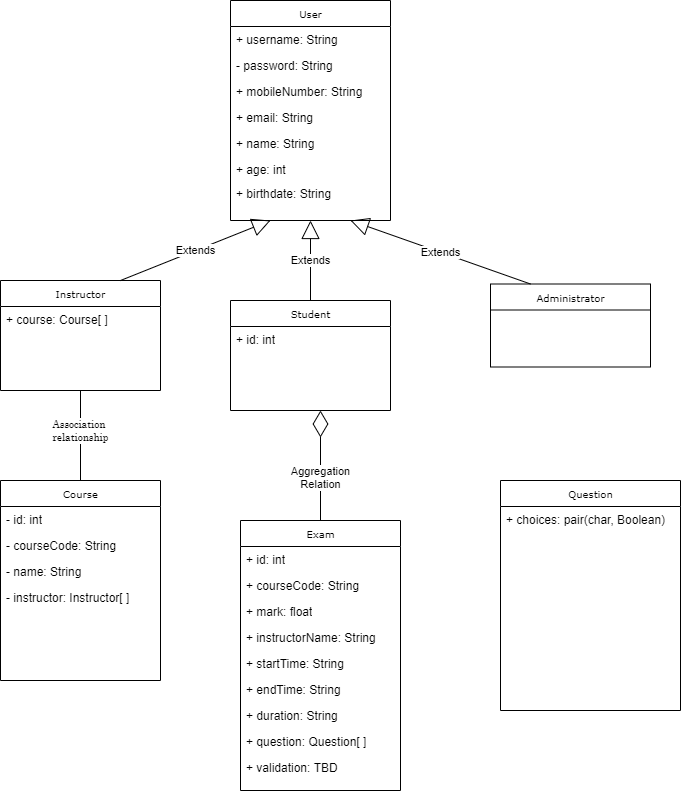
Earlier version of the draw.io export UML.png (aymanred121/Examination-Management-System). Source tidied: cells renumbered, new cells last; positions are measured from the earlier drawing's top-left corner, leaving out a move shared by most shapes. Source of this version:
```xml
<mxGraphModel background="#ffffff">
  <root>
    <mxCell id="0" />
    <mxCell id="1" parent="0" />
    <mxCell id="2" value="Exam" style="swimlane;html=1;fontStyle=0;horizontal=1;startSize=26;fillColor=none;swimlaneFillColor=#ffffff;rounded=0;shadow=0;comic=0;labelBackgroundColor=none;strokeWidth=1;fontFamily=Verdana;fontSize=10;align=center;" parent="1" vertex="1">
      <mxGeometry x="240" y="520" width="160" height="270" as="geometry" />
    </mxCell>
    <mxCell id="3" value="+ id: int" style="text;html=1;strokeColor=none;fillColor=none;align=left;verticalAlign=top;spacingLeft=4;spacingRight=4;whiteSpace=wrap;overflow=hidden;" parent="2" vertex="1">
      <mxGeometry y="26" width="160" height="26" as="geometry" />
    </mxCell>
    <mxCell id="4" value="+ courseCode: String" style="text;html=1;strokeColor=none;fillColor=none;align=left;verticalAlign=top;spacingLeft=4;spacingRight=4;whiteSpace=wrap;overflow=hidden;" parent="2" vertex="1">
      <mxGeometry y="52" width="160" height="26" as="geometry" />
    </mxCell>
    <mxCell id="5" value="+ mark: float" style="text;html=1;strokeColor=none;fillColor=none;align=left;verticalAlign=top;spacingLeft=4;spacingRight=4;whiteSpace=wrap;overflow=hidden;" parent="2" vertex="1">
      <mxGeometry y="78" width="160" height="26" as="geometry" />
    </mxCell>
    <mxCell id="6" value="+ instructorName: String" style="text;html=1;strokeColor=none;fillColor=none;align=left;verticalAlign=top;spacingLeft=4;spacingRight=4;whiteSpace=wrap;overflow=hidden;" parent="2" vertex="1">
      <mxGeometry y="104" width="160" height="26" as="geometry" />
    </mxCell>
    <mxCell id="7" value="+ startTime: String" style="text;html=1;strokeColor=none;fillColor=none;align=left;verticalAlign=top;spacingLeft=4;spacingRight=4;whiteSpace=wrap;overflow=hidden;" parent="2" vertex="1">
      <mxGeometry y="130" width="160" height="26" as="geometry" />
    </mxCell>
    <mxCell id="8" value="+ endTime: String" style="text;html=1;strokeColor=none;fillColor=none;align=left;verticalAlign=top;spacingLeft=4;spacingRight=4;whiteSpace=wrap;overflow=hidden;" parent="2" vertex="1">
      <mxGeometry y="156" width="160" height="26" as="geometry" />
    </mxCell>
    <mxCell id="9" value="+ duration: String" style="text;html=1;strokeColor=none;fillColor=none;align=left;verticalAlign=top;spacingLeft=4;spacingRight=4;whiteSpace=wrap;overflow=hidden;" parent="2" vertex="1">
      <mxGeometry y="182" width="160" height="26" as="geometry" />
    </mxCell>
    <mxCell id="10" value="+ question: Question[ ]" style="text;html=1;strokeColor=none;fillColor=none;align=left;verticalAlign=top;spacingLeft=4;spacingRight=4;whiteSpace=wrap;overflow=hidden;" parent="2" vertex="1">
      <mxGeometry y="208" width="160" height="26" as="geometry" />
    </mxCell>
    <mxCell id="11" value="+ validation: TBD" style="text;html=1;strokeColor=none;fillColor=none;align=left;verticalAlign=top;spacingLeft=4;spacingRight=4;whiteSpace=wrap;overflow=hidden;" parent="2" vertex="1">
      <mxGeometry y="234" width="160" height="26" as="geometry" />
    </mxCell>
    <mxCell id="12" value="User" style="swimlane;html=1;fontStyle=0;horizontal=1;startSize=26;fillColor=none;swimlaneFillColor=#ffffff;rounded=0;shadow=0;comic=0;labelBackgroundColor=none;strokeWidth=1;fontFamily=Verdana;fontSize=10;align=center;" parent="1" vertex="1">
      <mxGeometry x="230" width="160" height="220" as="geometry" />
    </mxCell>
    <mxCell id="13" value="+ username: String" style="text;html=1;strokeColor=none;fillColor=none;align=left;verticalAlign=top;spacingLeft=4;spacingRight=4;whiteSpace=wrap;overflow=hidden;" parent="12" vertex="1">
      <mxGeometry y="26" width="160" height="26" as="geometry" />
    </mxCell>
    <mxCell id="14" value="- password: String" style="text;html=1;strokeColor=none;fillColor=none;align=left;verticalAlign=top;spacingLeft=4;spacingRight=4;whiteSpace=wrap;overflow=hidden;" parent="12" vertex="1">
      <mxGeometry y="52" width="160" height="26" as="geometry" />
    </mxCell>
    <mxCell id="15" value="+ mobileNumber: String" style="text;html=1;strokeColor=none;fillColor=none;align=left;verticalAlign=top;spacingLeft=4;spacingRight=4;whiteSpace=wrap;overflow=hidden;" parent="12" vertex="1">
      <mxGeometry y="78" width="160" height="26" as="geometry" />
    </mxCell>
    <mxCell id="16" value="+ email: String" style="text;html=1;strokeColor=none;fillColor=none;align=left;verticalAlign=top;spacingLeft=4;spacingRight=4;whiteSpace=wrap;overflow=hidden;" parent="12" vertex="1">
      <mxGeometry y="104" width="160" height="26" as="geometry" />
    </mxCell>
    <mxCell id="17" value="+ name: String" style="text;html=1;strokeColor=none;fillColor=none;align=left;verticalAlign=top;spacingLeft=4;spacingRight=4;whiteSpace=wrap;overflow=hidden;" parent="12" vertex="1">
      <mxGeometry y="130" width="160" height="26" as="geometry" />
    </mxCell>
    <mxCell id="18" value="+ age: int" style="text;html=1;strokeColor=none;fillColor=none;align=left;verticalAlign=top;spacingLeft=4;spacingRight=4;whiteSpace=wrap;overflow=hidden;" parent="12" vertex="1">
      <mxGeometry y="156" width="160" height="24" as="geometry" />
    </mxCell>
    <mxCell id="19" value="+ birthdate: String" style="text;html=1;strokeColor=none;fillColor=none;align=left;verticalAlign=top;spacingLeft=4;spacingRight=4;whiteSpace=wrap;overflow=hidden;" parent="12" vertex="1">
      <mxGeometry y="180" width="160" height="26" as="geometry" />
    </mxCell>
    <mxCell id="20" value="Instructor" style="swimlane;html=1;fontStyle=0;horizontal=1;startSize=26;fillColor=none;swimlaneFillColor=#ffffff;rounded=0;shadow=0;comic=0;labelBackgroundColor=none;strokeWidth=1;fontFamily=Verdana;fontSize=10;align=center;" parent="1" vertex="1">
      <mxGeometry y="280" width="160" height="110" as="geometry" />
    </mxCell>
    <mxCell id="21" value="+ course: Course[ ]" style="text;html=1;strokeColor=none;fillColor=none;align=left;verticalAlign=top;spacingLeft=4;spacingRight=4;whiteSpace=wrap;overflow=hidden;" parent="20" vertex="1">
      <mxGeometry y="26" width="160" height="26" as="geometry" />
    </mxCell>
    <mxCell id="22" value="Administrator" style="swimlane;html=1;fontStyle=0;horizontal=1;startSize=26;fillColor=none;swimlaneFillColor=#ffffff;rounded=0;shadow=0;comic=0;labelBackgroundColor=none;strokeWidth=1;fontFamily=Verdana;fontSize=10;align=center;" parent="1" vertex="1">
      <mxGeometry x="490" y="283.5" width="160" height="83" as="geometry" />
    </mxCell>
    <mxCell id="23" value="Course" style="swimlane;html=1;fontStyle=0;horizontal=1;startSize=26;fillColor=none;swimlaneFillColor=#ffffff;rounded=0;shadow=0;comic=0;labelBackgroundColor=none;strokeWidth=1;fontFamily=Verdana;fontSize=10;align=center;" parent="1" vertex="1">
      <mxGeometry y="480" width="160" height="200" as="geometry" />
    </mxCell>
    <mxCell id="24" value="- id: int" style="text;html=1;strokeColor=none;fillColor=none;align=left;verticalAlign=top;spacingLeft=4;spacingRight=4;whiteSpace=wrap;overflow=hidden;" parent="23" vertex="1">
      <mxGeometry y="26" width="160" height="26" as="geometry" />
    </mxCell>
    <mxCell id="25" value="- courseCode: String" style="text;html=1;strokeColor=none;fillColor=none;align=left;verticalAlign=top;spacingLeft=4;spacingRight=4;whiteSpace=wrap;overflow=hidden;" parent="23" vertex="1">
      <mxGeometry y="52" width="160" height="26" as="geometry" />
    </mxCell>
    <mxCell id="26" value="- name: String" style="text;html=1;strokeColor=none;fillColor=none;align=left;verticalAlign=top;spacingLeft=4;spacingRight=4;whiteSpace=wrap;overflow=hidden;" parent="23" vertex="1">
      <mxGeometry y="78" width="160" height="26" as="geometry" />
    </mxCell>
    <mxCell id="27" value="- instructor: Instructor[ ]" style="text;html=1;strokeColor=none;fillColor=none;align=left;verticalAlign=top;spacingLeft=4;spacingRight=4;whiteSpace=wrap;overflow=hidden;" parent="23" vertex="1">
      <mxGeometry y="104" width="160" height="26" as="geometry" />
    </mxCell>
    <mxCell id="28" value="Student" style="swimlane;html=1;fontStyle=0;horizontal=1;startSize=26;fillColor=none;swimlaneFillColor=#ffffff;rounded=0;shadow=0;comic=0;labelBackgroundColor=none;strokeWidth=1;fontFamily=Verdana;fontSize=10;align=center;" parent="1" vertex="1">
      <mxGeometry x="230" y="300" width="160" height="110" as="geometry" />
    </mxCell>
    <mxCell id="29" value="+ id: int" style="text;html=1;strokeColor=none;fillColor=none;align=left;verticalAlign=top;spacingLeft=4;spacingRight=4;whiteSpace=wrap;overflow=hidden;" parent="28" vertex="1">
      <mxGeometry y="26" width="160" height="26" as="geometry" />
    </mxCell>
    <mxCell id="30" value="Extends" style="endArrow=block;endSize=16;endFill=0;html=1;entryX=0.25;entryY=1;entryDx=0;entryDy=0;exitX=0.75;exitY=0;exitDx=0;exitDy=0;" parent="1" edge="1" source="20" target="12">
      <mxGeometry relative="1" as="geometry" />
    </mxCell>
    <mxCell id="31" value="Extends" style="endArrow=block;endSize=16;endFill=0;html=1;entryX=0.75;entryY=1;entryDx=0;entryDy=0;exitX=0.25;exitY=0;exitDx=0;exitDy=0;" parent="1" edge="1" source="22" target="12">
      <mxGeometry relative="1" as="geometry" />
    </mxCell>
    <mxCell id="32" value="Extends" style="endArrow=block;endSize=16;endFill=0;html=1;entryX=0.5;entryY=1;entryDx=0;entryDy=0;exitX=0.5;exitY=0;exitDx=0;exitDy=0;" parent="1" edge="1" source="28" target="12">
      <mxGeometry relative="1" as="geometry" />
    </mxCell>
    <mxCell id="33" style="endArrow=none;html=1;edgeStyle=orthogonalEdgeStyle;exitX=0.5;exitY=1;exitDx=0;exitDy=0;entryX=0.5;entryY=0;entryDx=0;entryDy=0;" parent="1" edge="1" source="20" target="23">
      <mxGeometry relative="1" as="geometry" />
    </mxCell>
    <mxCell id="34" value="&lt;p style=&quot;margin-top: 0pt ; margin-bottom: 0pt ; margin-left: 0in ; text-align: left ; direction: ltr ; unicode-bidi: embed ; word-break: normal ; font-size: 10px&quot;&gt;&lt;span style=&quot;font-family: &amp;#34;century schoolbook&amp;#34;&quot;&gt;&lt;font style=&quot;font-size: 10px&quot;&gt;Association&lt;br&gt;&lt;/font&gt;&lt;/span&gt;&lt;span style=&quot;font-family: &amp;#34;century schoolbook&amp;#34;&quot;&gt;relationship&lt;/span&gt;&lt;/p&gt;" style="edgeLabel;html=1;align=center;verticalAlign=middle;" parent="33" vertex="1">
      <mxGeometry x="0.26" relative="1" as="geometry">
        <mxPoint y="-16.6" as="offset" />
      </mxGeometry>
    </mxCell>
    <mxCell id="35" style="endArrow=diamondThin;endFill=0;endSize=24;html=1;exitX=0.5;exitY=0;exitDx=0;exitDy=0;" parent="1" edge="1" source="2">
      <mxGeometry relative="1" as="geometry">
        <mxPoint x="320" y="410" as="targetPoint" />
      </mxGeometry>
    </mxCell>
    <mxCell id="36" value="Aggregation&lt;br&gt;Relation" style="edgeLabel;html=1;align=center;verticalAlign=middle;" parent="35" vertex="1">
      <mxGeometry x="-0.21" relative="1" as="geometry" />
    </mxCell>
    <mxCell id="37" value="Question" style="swimlane;html=1;fontStyle=0;horizontal=1;startSize=26;fillColor=none;swimlaneFillColor=#ffffff;rounded=0;shadow=0;comic=0;labelBackgroundColor=none;strokeWidth=1;fontFamily=Verdana;fontSize=10;align=center;" parent="1" vertex="1">
      <mxGeometry x="500" y="480" width="180" height="230" as="geometry" />
    </mxCell>
    <mxCell id="38" value="+ choices: pair(char, Boolean)" style="text;html=1;strokeColor=none;fillColor=none;align=left;verticalAlign=top;spacingLeft=4;spacingRight=4;whiteSpace=wrap;overflow=hidden;" parent="37" vertex="1">
      <mxGeometry y="26" width="180" height="34" as="geometry" />
    </mxCell>
  </root>
</mxGraphModel>
```
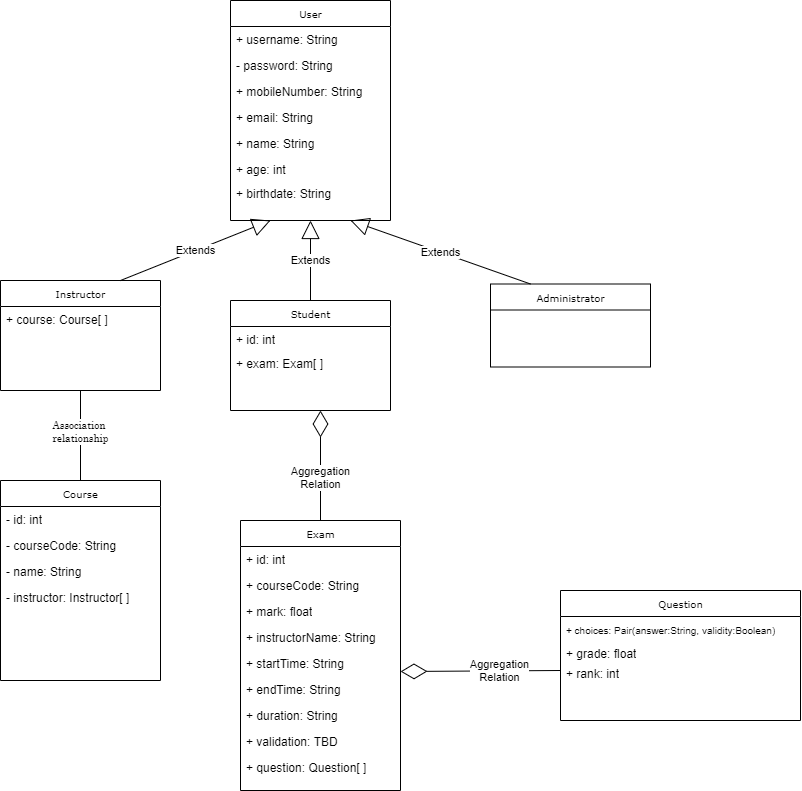
Later version of the same file.

Change to the diagram source:
```diff
@@ -26,12 +26,12 @@
     <mxCell id="9" value="+ duration: String" style="text;html=1;strokeColor=none;fillColor=none;align=left;verticalAlign=top;spacingLeft=4;spacingRight=4;whiteSpace=wrap;overflow=hidden;" parent="2" vertex="1">
       <mxGeometry y="182" width="160" height="26" as="geometry" />
     </mxCell>
+    <mxCell id="11" value="+ validation: TBD" style="text;html=1;strokeColor=none;fillColor=none;align=left;verticalAlign=top;spacingLeft=4;spacingRight=4;whiteSpace=wrap;overflow=hidden;" parent="2" vertex="1">
+      <mxGeometry y="208" width="160" height="26" as="geometry" />
+    </mxCell>
     <mxCell id="10" value="+ question: Question[ ]" style="text;html=1;strokeColor=none;fillColor=none;align=left;verticalAlign=top;spacingLeft=4;spacingRight=4;whiteSpace=wrap;overflow=hidden;" parent="2" vertex="1">
-      <mxGeometry y="208" width="160" height="26" as="geometry" />
+      <mxGeometry y="234" width="160" height="26" as="geometry" />
     </mxCell>
-    <mxCell id="11" value="+ validation: TBD" style="text;html=1;strokeColor=none;fillColor=none;align=left;verticalAlign=top;spacingLeft=4;spacingRight=4;whiteSpace=wrap;overflow=hidden;" parent="2" vertex="1">
-      <mxGeometry y="234" width="160" height="26" as="geometry" />
-    </mxCell>
     <mxCell id="12" value="User" style="swimlane;html=1;fontStyle=0;horizontal=1;startSize=26;fillColor=none;swimlaneFillColor=#ffffff;rounded=0;shadow=0;comic=0;labelBackgroundColor=none;strokeWidth=1;fontFamily=Verdana;fontSize=10;align=center;" parent="1" vertex="1">
       <mxGeometry x="230" width="160" height="220" as="geometry" />
     </mxCell>
@@ -84,8 +84,11 @@
       <mxGeometry x="230" y="300" width="160" height="110" as="geometry" />
     </mxCell>
     <mxCell id="29" value="+ id: int" style="text;html=1;strokeColor=none;fillColor=none;align=left;verticalAlign=top;spacingLeft=4;spacingRight=4;whiteSpace=wrap;overflow=hidden;" parent="28" vertex="1">
-      <mxGeometry y="26" width="160" height="26" as="geometry" />
+      <mxGeometry y="26" width="160" height="24" as="geometry" />
     </mxCell>
+    <mxCell id="39" value="+ exam: Exam[ ]" style="text;html=1;strokeColor=none;fillColor=none;align=left;verticalAlign=top;spacingLeft=4;spacingRight=4;whiteSpace=wrap;overflow=hidden;" parent="28" vertex="1">
+      <mxGeometry y="50" width="160" height="26" as="geometry" />
+    </mxCell>
     <mxCell id="30" value="Extends" style="endArrow=block;endSize=16;endFill=0;html=1;entryX=0.25;entryY=1;entryDx=0;entryDy=0;exitX=0.75;exitY=0;exitDx=0;exitDy=0;" parent="1" edge="1" source="20" target="12">
       <mxGeometry relative="1" as="geometry" />
     </mxCell>
@@ -112,10 +115,24 @@
       <mxGeometry x="-0.21" relative="1" as="geometry" />
     </mxCell>
     <mxCell id="37" value="Question" style="swimlane;html=1;fontStyle=0;horizontal=1;startSize=26;fillColor=none;swimlaneFillColor=#ffffff;rounded=0;shadow=0;comic=0;labelBackgroundColor=none;strokeWidth=1;fontFamily=Verdana;fontSize=10;align=center;" parent="1" vertex="1">
-      <mxGeometry x="500" y="480" width="180" height="230" as="geometry" />
+      <mxGeometry x="560" y="590" width="240" height="130" as="geometry" />
     </mxCell>
-    <mxCell id="38" value="+ choices: pair(char, Boolean)" style="text;html=1;strokeColor=none;fillColor=none;align=left;verticalAlign=top;spacingLeft=4;spacingRight=4;whiteSpace=wrap;overflow=hidden;" parent="37" vertex="1">
-      <mxGeometry y="26" width="180" height="34" as="geometry" />
+    <mxCell id="38" value="&lt;font style=&quot;font-size: 10px&quot;&gt;+ choices: Pair(answer:String, validity:Boolean)&lt;/font&gt;" style="text;html=1;strokeColor=none;fillColor=none;align=left;verticalAlign=top;spacingLeft=4;spacingRight=4;whiteSpace=wrap;overflow=hidden;" parent="37" vertex="1">
+      <mxGeometry y="26" width="240" height="24" as="geometry" />
     </mxCell>
+    <mxCell id="40" value="+ grade: float" style="text;html=1;strokeColor=none;fillColor=none;align=left;verticalAlign=top;spacingLeft=4;spacingRight=4;whiteSpace=wrap;overflow=hidden;" parent="37" vertex="1">
+      <mxGeometry y="50" width="240" height="20" as="geometry" />
+    </mxCell>
+    <mxCell id="41" value="+ rank: int" style="text;html=1;strokeColor=none;fillColor=none;align=left;verticalAlign=top;spacingLeft=4;spacingRight=4;whiteSpace=wrap;overflow=hidden;points=[[0,0.5],[1,0.5]];portConstraint=eastwest;" parent="37" vertex="1">
+      <mxGeometry y="70" width="240" height="20" as="geometry" />
+    </mxCell>
+    <mxCell id="42" style="endArrow=diamondThin;endFill=0;endSize=24;html=1;exitX=0;exitY=0.5;exitDx=0;exitDy=0;" parent="1" edge="1" source="41">
+      <mxGeometry relative="1" as="geometry">
+        <mxPoint x="400" y="671" as="targetPoint" />
+      </mxGeometry>
+    </mxCell>
+    <mxCell id="43" value="&#10;&#10;&lt;span style=&quot;color: rgb(0, 0, 0); font-family: helvetica; font-size: 11px; font-style: normal; font-weight: 400; letter-spacing: normal; text-align: center; text-indent: 0px; text-transform: none; word-spacing: 0px; background-color: rgb(255, 255, 255); display: inline; float: none;&quot;&gt;Aggregation&lt;/span&gt;&lt;br style=&quot;color: rgb(0, 0, 0); font-family: helvetica; font-size: 11px; font-style: normal; font-weight: 400; letter-spacing: normal; text-align: center; text-indent: 0px; text-transform: none; word-spacing: 0px;&quot;&gt;&lt;span style=&quot;color: rgb(0, 0, 0); font-family: helvetica; font-size: 11px; font-style: normal; font-weight: 400; letter-spacing: normal; text-align: center; text-indent: 0px; text-transform: none; word-spacing: 0px; background-color: rgb(255, 255, 255); display: inline; float: none;&quot;&gt;Relation&lt;/span&gt;&#10;&#10;" style="edgeLabel;html=1;align=center;verticalAlign=middle;" parent="42" vertex="1">
+      <mxGeometry x="-0.23" y="-1" relative="1" as="geometry" />
+    </mxCell>
   </root>
 </mxGraphModel>
```
